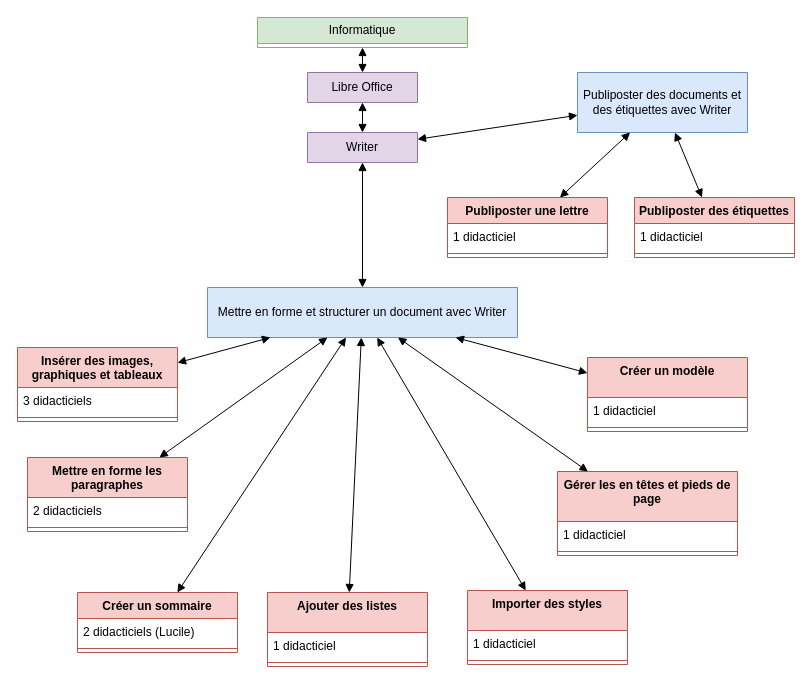
Earlier version of the draw.io diagram Writer.drawio (jean-seb-2106/pythontest). Source tidied: cells renumbered, new cells numbered last; positions are measured from the earlier drawing's top-left corner, leaving out a move shared by most shapes. Both pictures are drawn from the tidied source at 100%, with x=0, y=0 at pixel (17, 17).
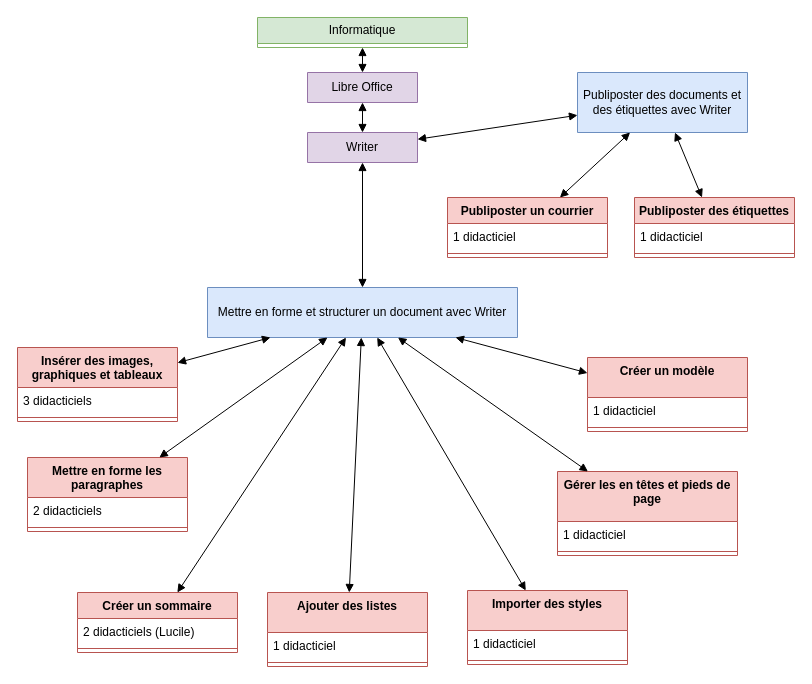
The same diagram, later.

Commit message:
Mettre à jour Writer.drawio

Diff of the diagram source:
```diff
@@
-    <mxCell id="13" value="Publiposter une lettre" style="swimlane;fontStyle=1;align=center;verticalAlign=top;horizontal=1;startSize=26;whiteSpace=wrap;html=1;fillColor=#f8cecc;strokeColor=#b85450;" parent="1" vertex="1">
+    <mxCell id="13" value="Publiposter un courrier" style="swimlane;fontStyle=1;align=center;verticalAlign=top;horizontal=1;startSize=26;whiteSpace=wrap;html=1;fillColor=#f8cecc;strokeColor=#b85450;" parent="1" vertex="1">
       <mxGeometry x="430" y="180" width="160" height="60" as="geometry" />
     </mxCell>
```
